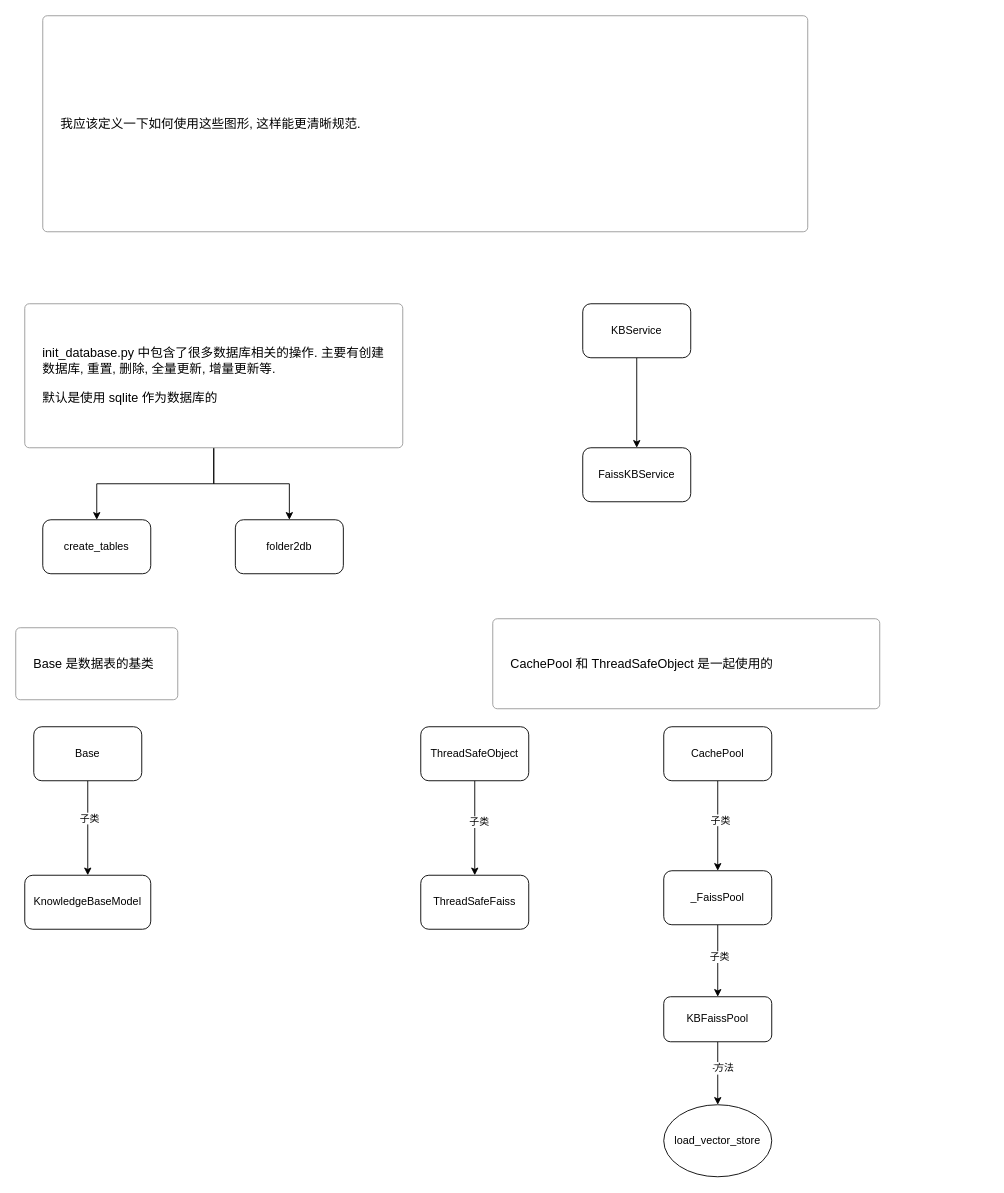
Before: notebook/Langchain-Chatchat.drawio in zhenhua32/Langchain-Chatchat, a draw.io diagram. Source tidied: cells renumbered, new cells numbered last; positions are measured from the earlier drawing's top-left corner, leaving out a move shared by most shapes. Both pictures are drawn from the tidied source at 90%, with x=0, y=0 at pixel (15, 15).
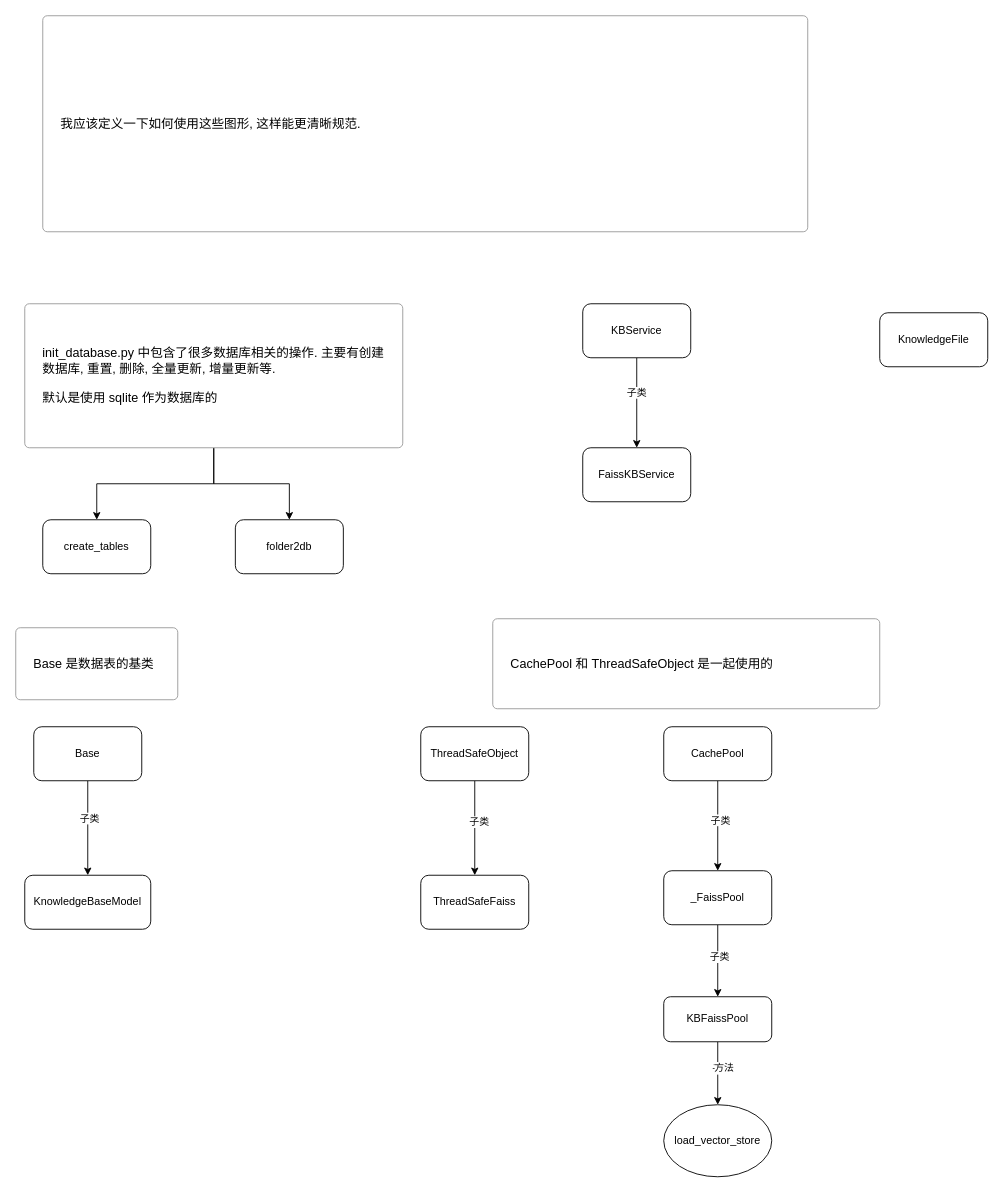
The same diagram, later.

Unchanged cells that the change refers to:
```xml
<mxCell id="8" style="edgeStyle=orthogonalEdgeStyle;rounded=0;jettySize=auto;html=1;" parent="1" edge="1" source="9" target="7">
  <mxGeometry relative="1" as="geometry" />
</mxCell>
```

What changed in the source:
```diff
@@
+    <mxCell id="32" value="子类" style="edgeLabel;html=1;align=center;verticalAlign=middle;" parent="8" vertex="1">
+      <mxGeometry x="-0.24" y="-1" relative="1" as="geometry" />
+    </mxCell>
@@
+    <mxCell id="33" value="KnowledgeFile" style="rounded=1;whiteSpace=wrap;html=1;" parent="1" vertex="1">
+      <mxGeometry x="960" y="330" width="120" height="60" as="geometry" />
+    </mxCell>
```
